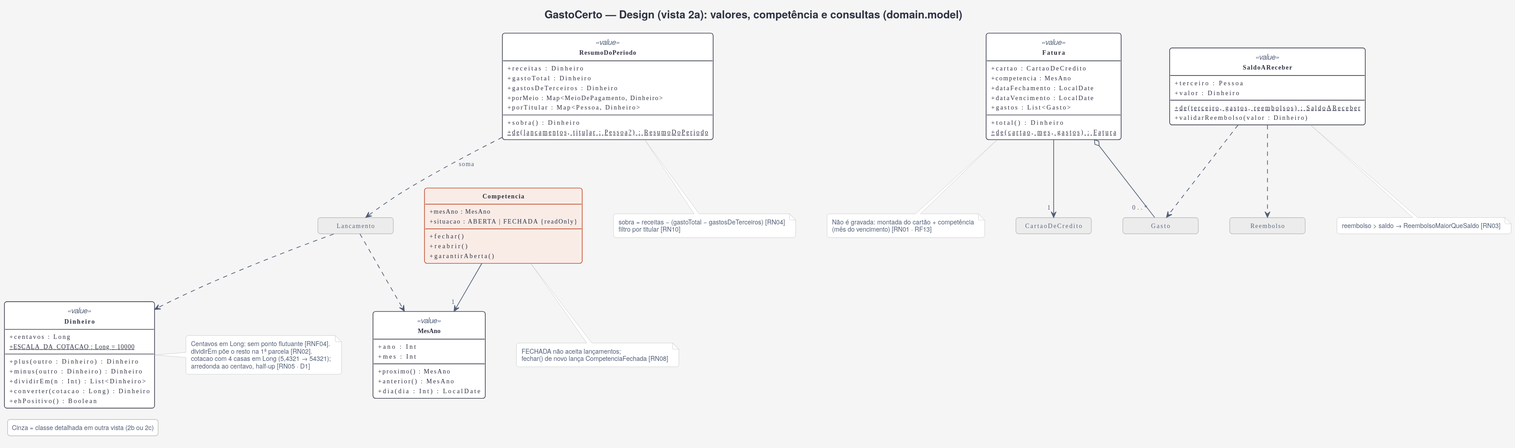
Earlier version of the PlantUML export docs/uml/design-2a-dominio-valores.svg (gabrielfbarbosa/gasto-certo).
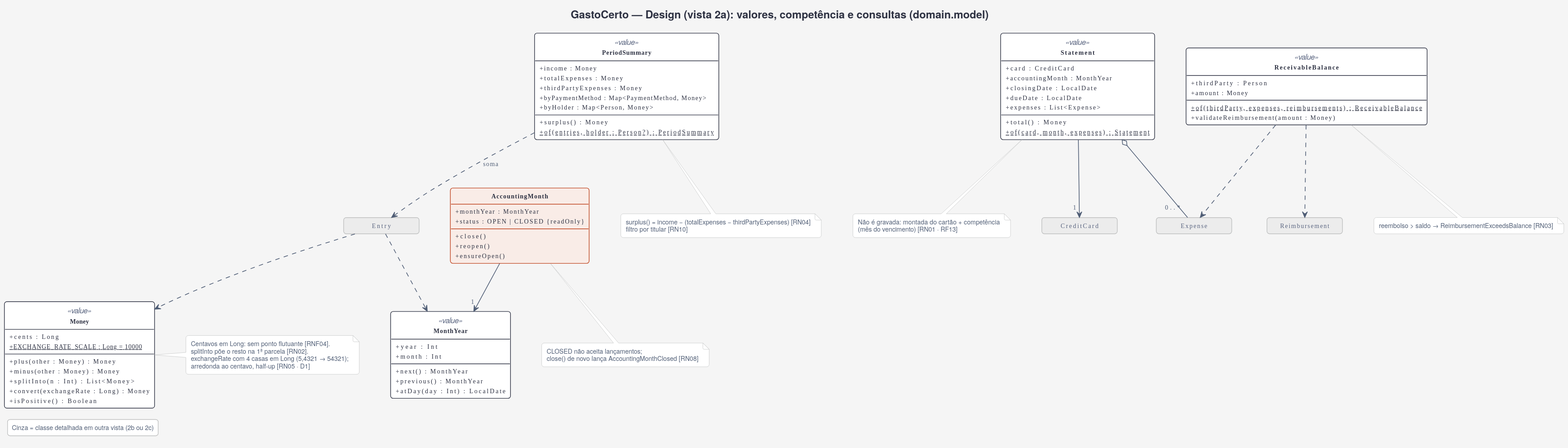
After the commit.

Change to the diagram source:
```diff
@@ -7,85 +7,85 @@
 hide <<foco>> stereotype
 title GastoCerto — Design (vista 2a): valores, competência e consultas (domain.model)
 
-class Dinheiro <<value>> {
-  + centavos : Long
-  + {static} ESCALA_DA_COTACAO : Long = 10000
-  + plus(outro : Dinheiro) : Dinheiro
-  + minus(outro : Dinheiro) : Dinheiro
-  + dividirEm(n : Int) : List<Dinheiro>
-  + converter(cotacao : Long) : Dinheiro
-  + ehPositivo() : Boolean
+class Money <<value>> {
+  + cents : Long
+  + {static} EXCHANGE_RATE_SCALE : Long = 10000
+  + plus(other : Money) : Money
+  + minus(other : Money) : Money
+  + splitInto(n : Int) : List<Money>
+  + convert(exchangeRate : Long) : Money
+  + isPositive() : Boolean
 }
-class MesAno <<value>> {
-  + ano : Int
-  + mes : Int
-  + proximo() : MesAno
-  + anterior() : MesAno
-  + dia(dia : Int) : LocalDate
+class MonthYear <<value>> {
+  + year : Int
+  + month : Int
+  + next() : MonthYear
+  + previous() : MonthYear
+  + atDay(day : Int) : LocalDate
 }
-class Competencia <<foco>> {
-  + mesAno : MesAno
-  + situacao : ABERTA | FECHADA {readOnly}
-  + fechar()
-  + reabrir()
-  + garantirAberta()
+class AccountingMonth <<foco>> {
+  + monthYear : MonthYear
+  + status : OPEN | CLOSED {readOnly}
+  + close()
+  + reopen()
+  + ensureOpen()
 }
-class ResumoDoPeriodo <<value>> {
-  + receitas : Dinheiro
-  + gastoTotal : Dinheiro
-  + gastosDeTerceiros : Dinheiro
-  + porMeio : Map<MeioDePagamento, Dinheiro>
-  + porTitular : Map<Pessoa, Dinheiro>
-  + sobra() : Dinheiro
-  + {static} de(lancamentos, titular : Pessoa?) : ResumoDoPeriodo
+class PeriodSummary <<value>> {
+  + income : Money
+  + totalExpenses : Money
+  + thirdPartyExpenses : Money
+  + byPaymentMethod : Map<PaymentMethod, Money>
+  + byHolder : Map<Person, Money>
+  + surplus() : Money
+  + {static} of(entries, holder : Person?) : PeriodSummary
 }
-class SaldoAReceber <<value>> {
-  + terceiro : Pessoa
-  + valor : Dinheiro
-  + {static} de(terceiro, gastos, reembolsos) : SaldoAReceber
-  + validarReembolso(valor : Dinheiro)
+class ReceivableBalance <<value>> {
+  + thirdParty : Person
+  + amount : Money
+  + {static} of(thirdParty, expenses, reimbursements) : ReceivableBalance
+  + validateReimbursement(amount : Money)
 }
-class Fatura <<value>> {
-  + cartao : CartaoDeCredito
-  + competencia : MesAno
-  + dataFechamento : LocalDate
-  + dataVencimento : LocalDate
-  + gastos : List<Gasto>
-  + total() : Dinheiro
-  + {static} de(cartao, mes, gastos) : Fatura
+class Statement <<value>> {
+  + card : CreditCard
+  + accountingMonth : MonthYear
+  + closingDate : LocalDate
+  + dueDate : LocalDate
+  + expenses : List<Expense>
+  + total() : Money
+  + {static} of(card, month, expenses) : Statement
 }
-class Lancamento <<ref>>
-class Gasto <<ref>>
-class Reembolso <<ref>>
-class CartaoDeCredito <<ref>>
+class Entry <<ref>>
+class Expense <<ref>>
+class Reimbursement <<ref>>
+class CreditCard <<ref>>
 
-Competencia --> "1" MesAno
-ResumoDoPeriodo ..> Lancamento : soma
-SaldoAReceber ..> Gasto
-SaldoAReceber ..> Reembolso
-Fatura --> "1" CartaoDeCredito
-Fatura o-- "0..*" Gasto
-Lancamento ..> Dinheiro
-Lancamento ..> MesAno
+AccountingMonth --> "1" MonthYear
+PeriodSummary ..> Entry : soma
+ReceivableBalance ..> Expense
+ReceivableBalance ..> Reimbursement
+Statement --> "1" CreditCard
+Statement o-- "0..*" Expense
+Entry ..> Money
+Entry ..> MonthYear
 
-note right of Dinheiro
+note right of Money
   Centavos em Long: sem ponto flutuante [RNF04].
-  dividirEm põe o resto na 1ª parcela [RN02].
-  cotacao com 4 casas em Long (5,4321 → 54321);
+  splitInto põe o resto na 1ª parcela [RN02].
+  exchangeRate com 4 casas em Long (5,4321 → 54321);
   arredonda ao centavo, half-up [RN05 · D1]
 end note
-note bottom of Competencia
-  FECHADA não aceita lançamentos;
-  fechar() de novo lança CompetenciaFechada [RN08]
+note bottom of AccountingMonth
+  CLOSED não aceita lançamentos;
+  close() de novo lança AccountingMonthClosed [RN08]
 end note
-note bottom of ResumoDoPeriodo
-  sobra = receitas − (gastoTotal − gastosDeTerceiros) [RN04]
+note bottom of PeriodSummary
+  surplus() = income − (totalExpenses − thirdPartyExpenses) [RN04]
   filtro por titular [RN10]
 end note
-note bottom of SaldoAReceber
-  reembolso > saldo → ReembolsoMaiorQueSaldo [RN03]
+note bottom of ReceivableBalance
+  reembolso > saldo → ReimbursementExceedsBalance [RN03]
 end note
-note bottom of Fatura
+note bottom of Statement
   Não é gravada: montada do cartão + competência
   (mês do vencimento) [RN01 · RF13]
 end note
```
